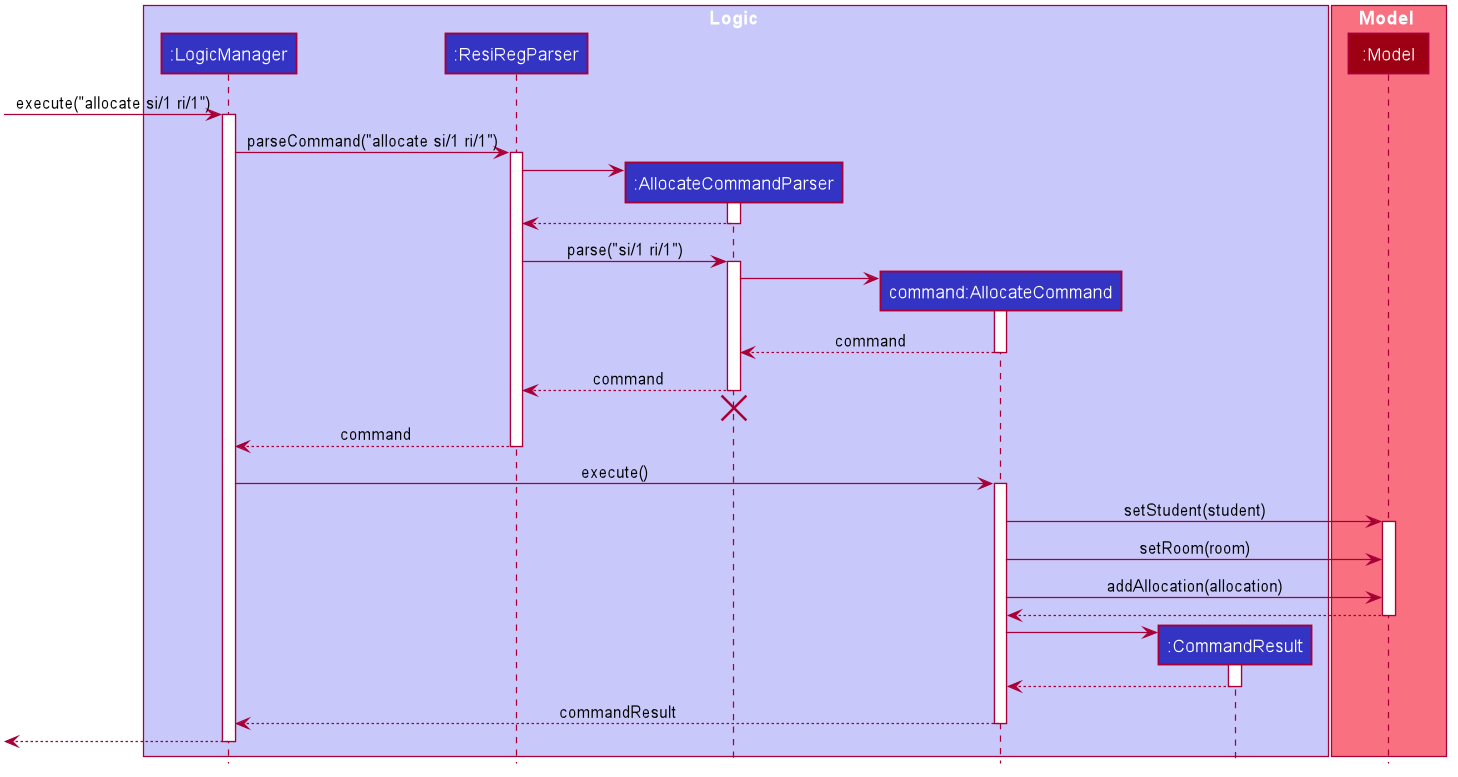
nus-cs2103-AY2021S1/tp keeps this PlantUML diagram as docs/images/AllocateSequenceDiagram.png. Above is the earlier version.
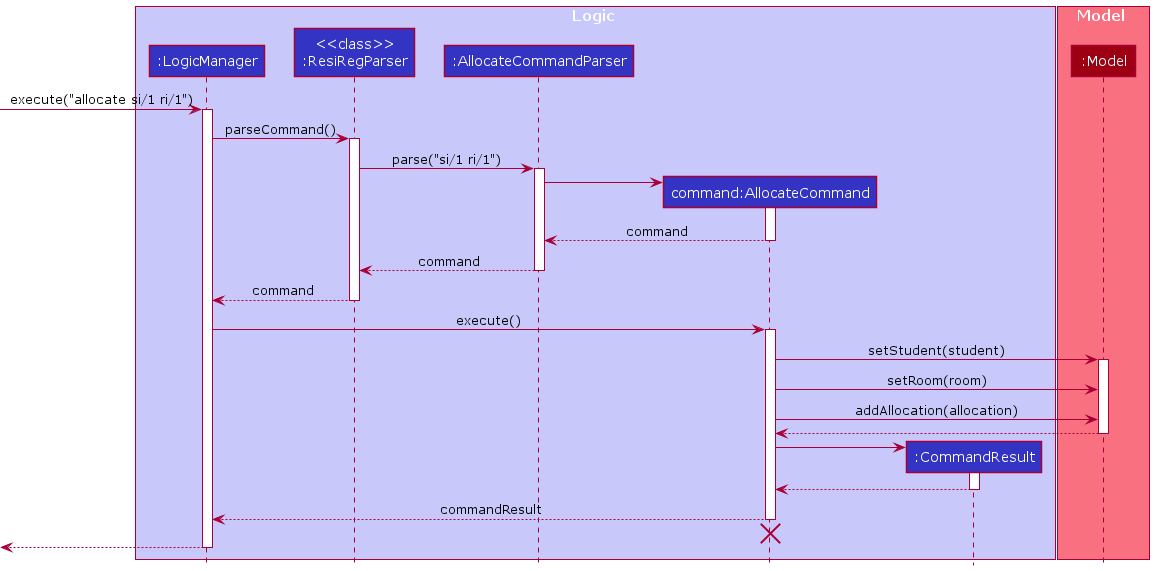
The same file after the commit.

Commit message:
Make ResiRegParser#parseCommand static in sequence diagrams

Diff of the diagram source:
```diff
@@ -1,77 +1,23 @@
 @startuml
+!include style.puml
 
-
-
-
-
-
-
-
-skinparam BackgroundColor #FFFFFFF
-
-skinparam Shadowing false
-
-skinparam Class {
-    FontColor #FFFFFF
-    BorderThickness 1
-    BorderColor #FFFFFF
-    StereotypeFontColor #FFFFFF
-    FontName Arial
-}
-
-skinparam Actor {
-    BorderColor #000000
-    Color #000000
-    FontName Arial
-}
-
-skinparam Sequence {
-    MessageAlign center
-    BoxFontSize 15
-    BoxPadding 0
-    BoxFontColor #FFFFFF
-    FontName Arial
-}
-
-skinparam Participant {
-    FontColor #FFFFFFF
-    Padding 20
-}
-
-skinparam MinClassWidth 50
-skinparam ParticipantPadding 10
-skinparam Shadowing false
-skinparam DefaultTextAlignment center
-skinparam packageStyle Rectangle
-
-hide footbox
-hide members
-hide circle
-
-box Logic #C8C8FA
-participant ":LogicManager" as LogicManager #3333C4
-participant ":ResiRegParser" as ResiRegParser #3333C4
-participant ":AllocateCommandParser" as AllocateCommandParser #3333C4
-participant "command:AllocateCommand" as AllocateCommand #3333C4
-participant ":CommandResult" as CommandResult #3333C4
+box Logic LOGIC_COLOR_T1
+participant ":LogicManager" as LogicManager LOGIC_COLOR
+participant "<<class>>\n:ResiRegParser" as ResiRegParser LOGIC_COLOR
+participant ":AllocateCommandParser" as AllocateCommandParser LOGIC_COLOR
+participant "command:AllocateCommand" as AllocateCommand LOGIC_COLOR
+participant ":CommandResult" as CommandResult LOGIC_COLOR
 end box
 
-box Model #F97181
-participant ":Model" as Model #9D0012
+box Model MODEL_COLOR_T1
+participant ":Model" as Model MODEL_COLOR
 end box
 
 [-> LogicManager : execute("allocate si/1 ri/1")
 activate LogicManager
 
-LogicManager -> ResiRegParser : parseCommand("allocate si/1 ri/1")
+LogicManager -> ResiRegParser : parseCommand()
 activate ResiRegParser
-
-create AllocateCommandParser
-ResiRegParser -> AllocateCommandParser
-activate AllocateCommandParser
-
-AllocateCommandParser --> ResiRegParser
-deactivate AllocateCommandParser
 
 ResiRegParser -> AllocateCommandParser : parse("si/1 ri/1")
 activate AllocateCommandParser
@@ -85,8 +31,6 @@
 
 AllocateCommandParser --> ResiRegParser : command
 deactivate AllocateCommandParser
-AllocateCommandParser -[hidden]-> ResiRegParser
-destroy AllocateCommandParser
 
 ResiRegParser --> LogicManager : command
 deactivate ResiRegParser
@@ -114,6 +58,9 @@
 AllocateCommand --> LogicManager : commandResult
 deactivate AllocateCommand
 
+AllocateCommand -[hidden]-> ResiRegParser
+destroy AllocateCommand
+
 [<--LogicManager
 deactivate LogicManager
 @enduml
```
